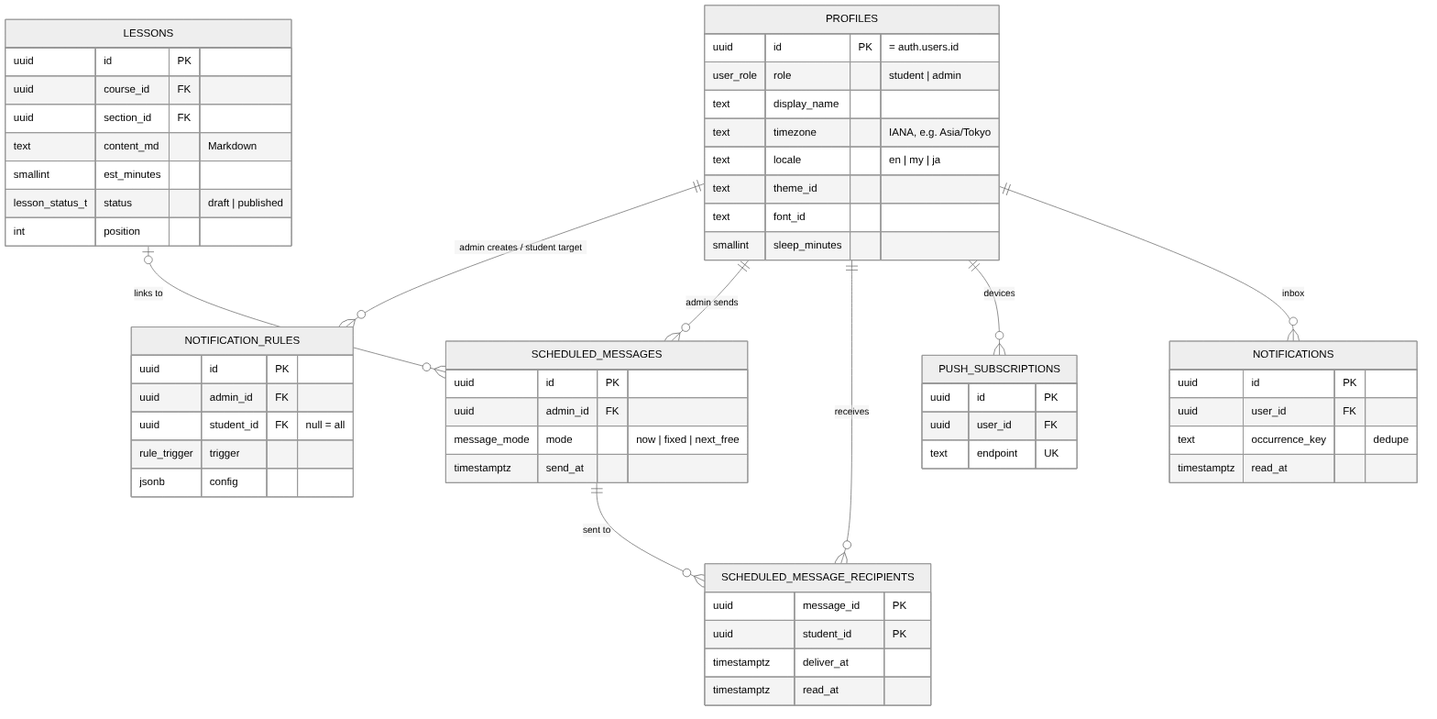
Earlier version of the Mermaid export docs/data-model-3-notifications.png (zphtet/StudyMate). Its source is kept beside it as docs/data-model-3-notifications.mmd. The source it was exported from:
```mermaid
erDiagram
  PROFILES ||--o{ NOTIFICATION_RULES : "admin creates / student target"
  PROFILES ||--o{ SCHEDULED_MESSAGES : "admin sends"
  SCHEDULED_MESSAGES ||--o{ SCHEDULED_MESSAGE_RECIPIENTS : "sent to"
  PROFILES ||--o{ SCHEDULED_MESSAGE_RECIPIENTS : receives
  LESSONS |o--o{ SCHEDULED_MESSAGES : "links to"
  PROFILES ||--o{ PUSH_SUBSCRIPTIONS : devices
  PROFILES ||--o{ NOTIFICATIONS : inbox

  PROFILES {
    uuid id PK "= auth.users.id"
    user_role role "student | admin"
    text display_name
    text timezone "IANA, e.g. Asia/Tokyo"
    text locale "en | my | ja"
    text theme_id
    text font_id
    smallint sleep_minutes
  }
  LESSONS {
    uuid id PK
    uuid course_id FK
    uuid section_id FK
    text content_md "Markdown"
    smallint est_minutes
    lesson_status_t status "draft | published"
    int position
  }
  NOTIFICATION_RULES {
    uuid id PK
    uuid admin_id FK
    uuid student_id FK "null = all"
    rule_trigger trigger
    jsonb config
  }
  SCHEDULED_MESSAGES {
    uuid id PK
    uuid admin_id FK
    message_mode mode "now | fixed | next_free"
    timestamptz send_at
  }
  SCHEDULED_MESSAGE_RECIPIENTS {
    uuid message_id PK
    uuid student_id PK
    timestamptz deliver_at
    timestamptz read_at
  }
  PUSH_SUBSCRIPTIONS {
    uuid id PK
    uuid user_id FK
    text endpoint UK
  }
  NOTIFICATIONS {
    uuid id PK
    uuid user_id FK
    text occurrence_key "dedupe"
    timestamptz read_at
  }
```
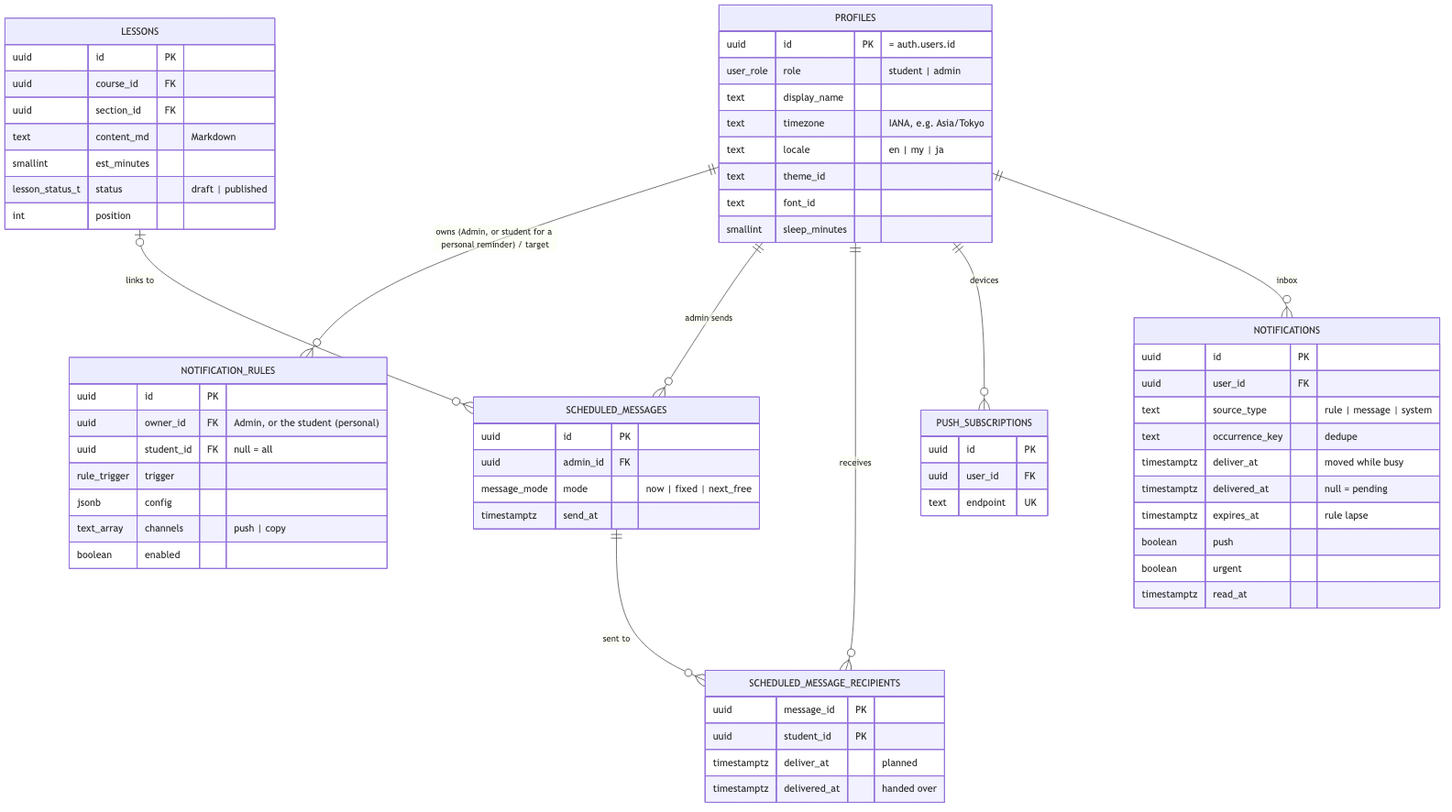
After the commit.

Diff of the diagram source:
```diff
@@ -1,5 +1,5 @@
 erDiagram
-  PROFILES ||--o{ NOTIFICATION_RULES : "admin creates / student target"
+  PROFILES ||--o{ NOTIFICATION_RULES : "owns (Admin, or student for a personal reminder) / target"
   PROFILES ||--o{ SCHEDULED_MESSAGES : "admin sends"
   SCHEDULED_MESSAGES ||--o{ SCHEDULED_MESSAGE_RECIPIENTS : "sent to"
   PROFILES ||--o{ SCHEDULED_MESSAGE_RECIPIENTS : receives
@@ -28,10 +28,12 @@
   }
   NOTIFICATION_RULES {
     uuid id PK
-    uuid admin_id FK
+    uuid owner_id FK "Admin, or the student (personal)"
     uuid student_id FK "null = all"
     rule_trigger trigger
     jsonb config
+    text_array channels "push | copy"
+    boolean enabled
   }
   SCHEDULED_MESSAGES {
     uuid id PK
@@ -42,8 +44,8 @@
   SCHEDULED_MESSAGE_RECIPIENTS {
     uuid message_id PK
     uuid student_id PK
-    timestamptz deliver_at
-    timestamptz read_at
+    timestamptz deliver_at "planned"
+    timestamptz delivered_at "handed over"
   }
   PUSH_SUBSCRIPTIONS {
     uuid id PK
@@ -53,6 +55,12 @@
   NOTIFICATIONS {
     uuid id PK
     uuid user_id FK
+    text source_type "rule | message | system"
     text occurrence_key "dedupe"
+    timestamptz deliver_at "moved while busy"
+    timestamptz delivered_at "null = pending"
+    timestamptz expires_at "rule lapse"
+    boolean push
+    boolean urgent
     timestamptz read_at
   }
```
